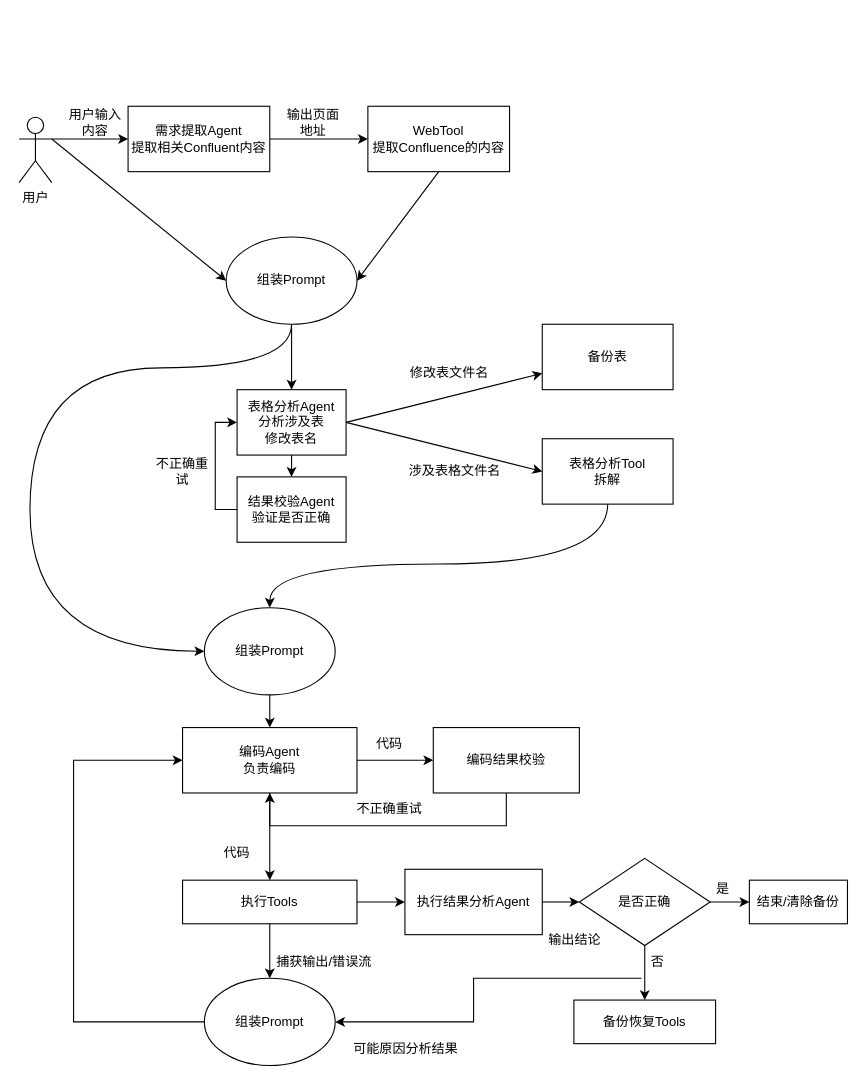
Earlier version of the draw.io diagram SSJJ2/SSJJ2AgentV3.drawio (Ordertiny/graph). Source tidied: cells renumbered, new cells numbered last; positions are measured from the earlier drawing's top-left corner, leaving out a move shared by most shapes. Both pictures are drawn from the tidied source at 109%, with x=0, y=0 at pixel (19, 106).
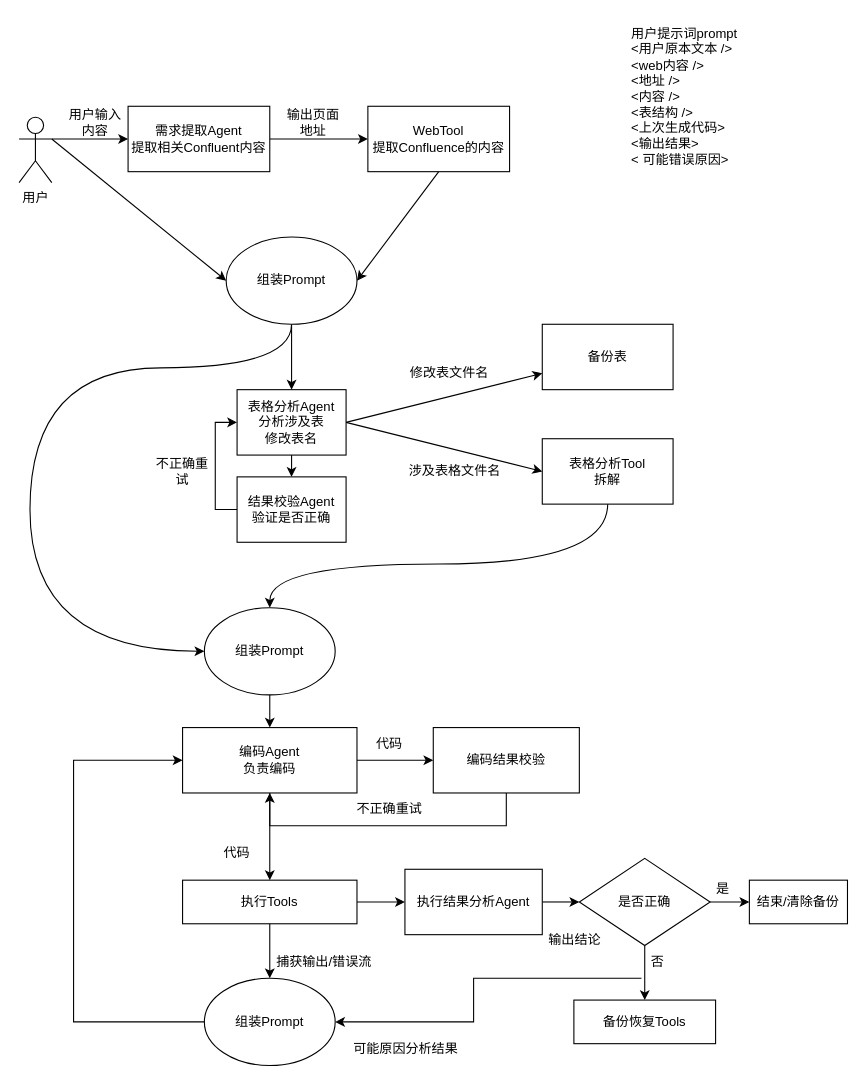
The same page after the edit.

Change to the diagram source:
```diff
@@
+    <mxCell id="54" value="&lt;div style=&quot;&quot;&gt;&lt;span style=&quot;background-color: transparent;&quot;&gt;用户提示词prompt&lt;/span&gt;&lt;/div&gt;&lt;div style=&quot;&quot;&gt;&lt;span style=&quot;background-color: transparent;&quot;&gt;&amp;lt;用户原本文本 /&amp;gt;&lt;/span&gt;&lt;/div&gt;&lt;div style=&quot;&quot;&gt;&lt;span style=&quot;background-color: transparent;&quot;&gt;&amp;lt;web内容 /&amp;gt;&lt;/span&gt;&lt;/div&gt;&lt;div style=&quot;&quot;&gt;&amp;lt;地址 /&amp;gt;&lt;/div&gt;&lt;div style=&quot;&quot;&gt;&amp;lt;内容 /&amp;gt;&lt;/div&gt;&lt;div style=&quot;&quot;&gt;&amp;lt;表结构 /&amp;gt;&lt;/div&gt;&lt;div style=&quot;&quot;&gt;&amp;lt;上次生成代码&amp;gt;&lt;/div&gt;&lt;div style=&quot;&quot;&gt;&amp;lt;输出结果&amp;gt;&lt;/div&gt;&lt;div style=&quot;&quot;&gt;&amp;lt; 可能错误原因&amp;gt;&lt;/div&gt;" style="text;html=1;whiteSpace=wrap;strokeColor=none;fillColor=none;align=left;verticalAlign=top;rounded=0;" parent="1" vertex="1">
+      <mxGeometry x="560" y="-80" width="190" height="200" as="geometry" />
+    </mxCell>
```
